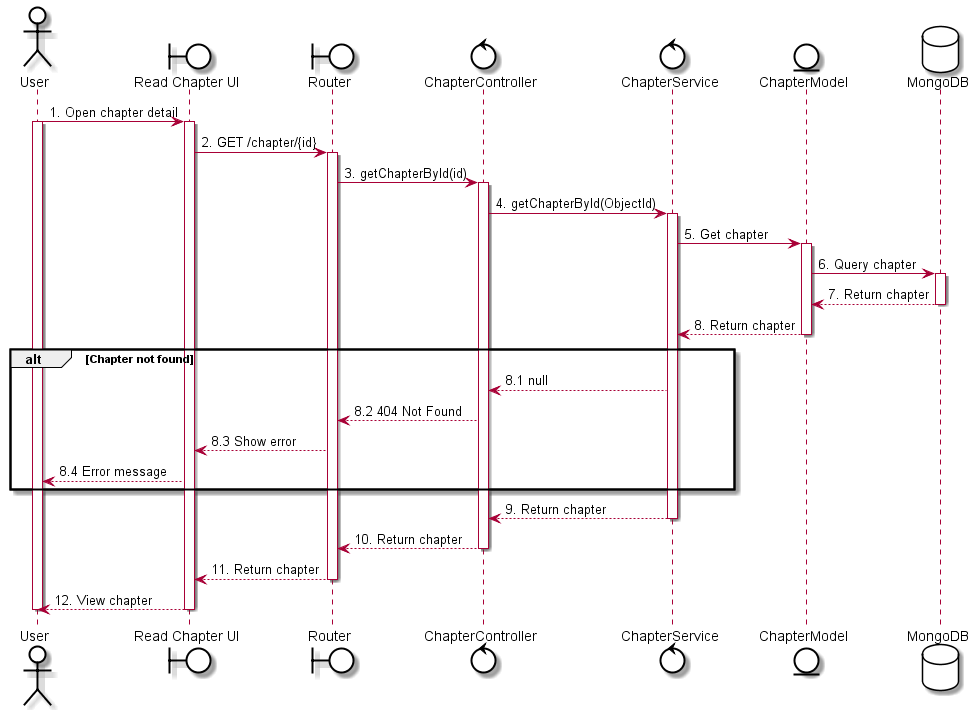
Before: out/uc56 - View Chapter Infor/uc56 - View Chapter Infor.png, a diagram exported from PlantUML (LGK1412/sequence_sep490_01).
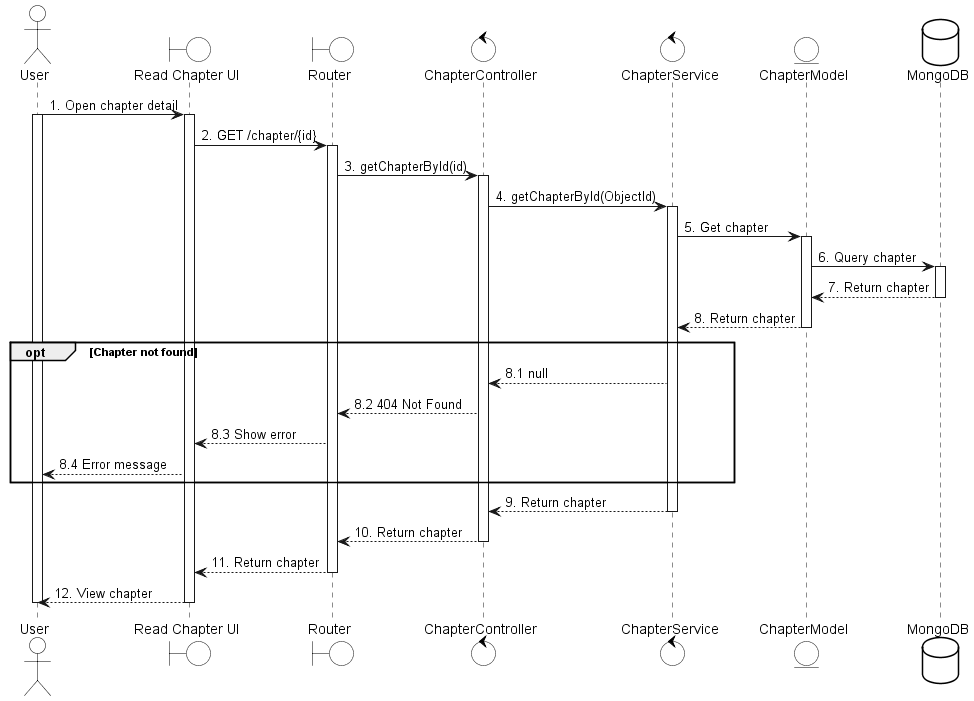
The same file after the commit.

Diff of the diagram source:
```diff
@@ -43,7 +43,7 @@
 ChapterModel --> ChapterService: 8. Return chapter
 deactivate ChapterModel
 
-alt Chapter not found
+opt Chapter not found
     ChapterService --> ChapterController: 8.1 null
     ChapterController --> Router: 8.2 404 Not Found
     Router --> UI: 8.3 Show error
```
